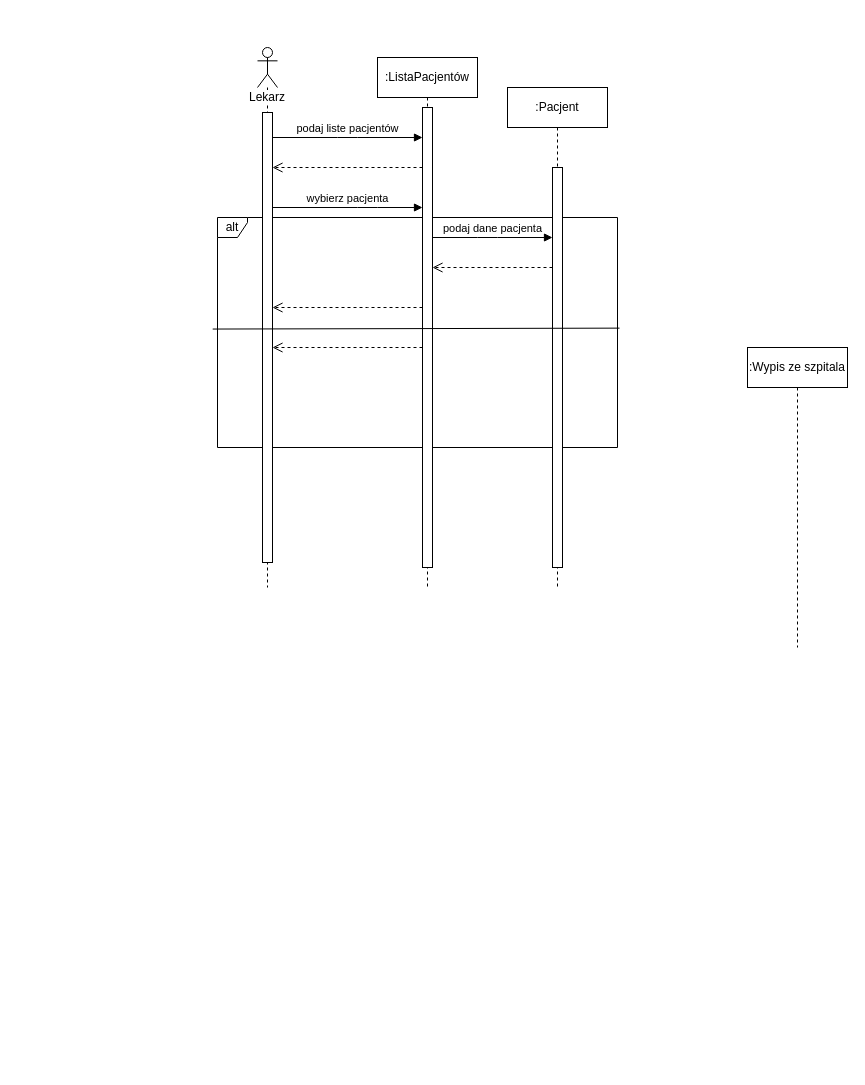
Before: page "interakcji" (4 of 6) of Szpital.drawio in AleksanderStaruch/HospitalUML, a draw.io diagram. Source tidied: cells renumbered, new cells numbered last; positions are measured from the earlier drawing's top-left corner, leaving out a move shared by most shapes. Both pictures are drawn from the tidied source at 100%, with x=0, y=0 at pixel (217, 47).
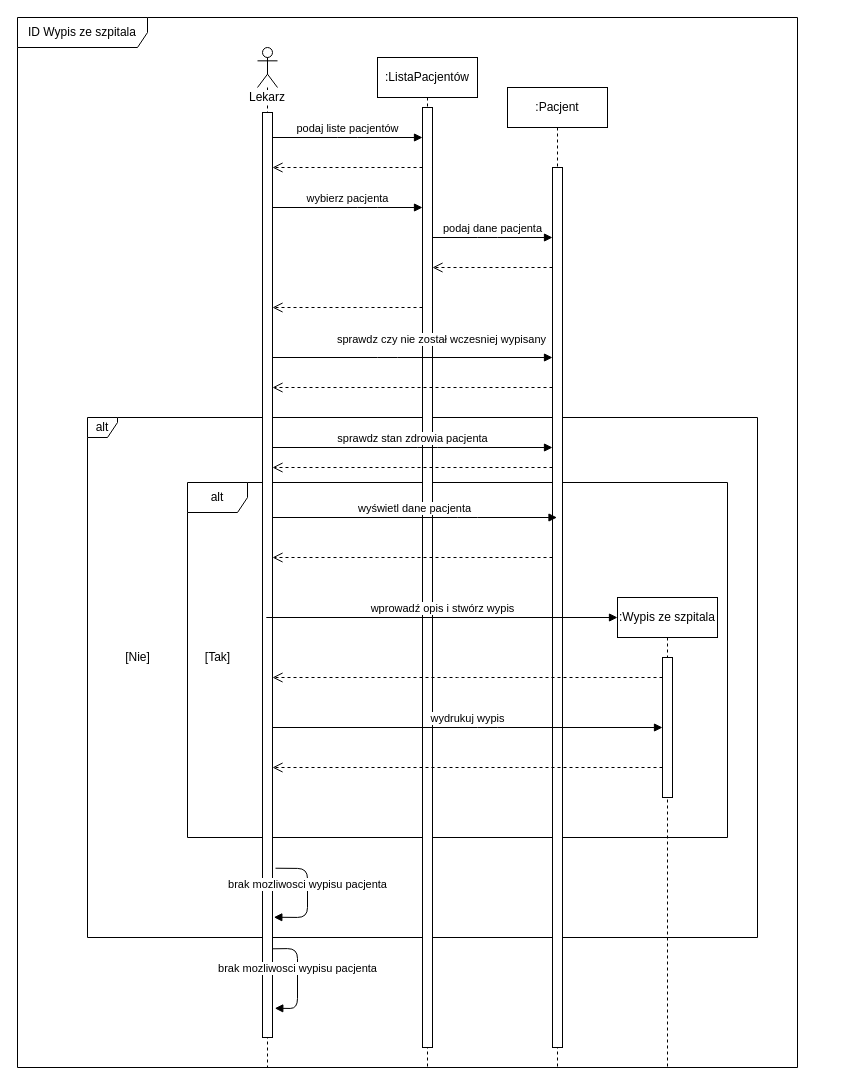
After the change.

Change to the diagram source:
```diff
@@
+    <mxCell id="19" value="ID Wypis ze szpitala" style="shape=umlFrame;whiteSpace=wrap;html=1;strokeColor=#000000;fillColor=#FFFFFF;gradientColor=none;width=130;height=30;" parent="1" vertex="1">
+      <mxGeometry x="-200" y="-30" width="780" height="1050" as="geometry" />
+    </mxCell>
     <mxCell id="2" value="alt" style="shape=umlFrame;whiteSpace=wrap;html=1;strokeColor=#000000;fillColor=#FFFFFF;width=30;height=20;swimlaneFillColor=none;gradientColor=none;" parent="1" vertex="1">
-      <mxGeometry y="170" width="400" height="230" as="geometry" />
+      <mxGeometry x="-130" y="370" width="670" height="520" as="geometry" />
     </mxCell>
+    <mxCell id="20" value="alt" style="shape=umlFrame;whiteSpace=wrap;html=1;strokeColor=#000000;fillColor=#FFFFFF;gradientColor=none;" parent="1" vertex="1">
+      <mxGeometry x="-30" y="435" width="540" height="355" as="geometry" />
+    </mxCell>
     <mxCell id="3" value="Lekarz" style="shape=umlLifeline;participant=umlActor;perimeter=lifelinePerimeter;whiteSpace=wrap;html=1;verticalAlign=top;spacingTop=36;labelBackgroundColor=#ffffff;outlineConnect=0;strokeColor=#000000;fillColor=#FFFFFF;" parent="1" vertex="1">
-      <mxGeometry x="40" width="20" height="540" as="geometry" />
+      <mxGeometry x="40" width="20" height="1020" as="geometry" />
     </mxCell>
-    <mxCell id="4" style="edgeStyle=none;rounded=0;jettySize=auto;html=1;endArrow=classicThin;endFill=1;strokeColor=#000000;" parent="3" edge="1" source="5" target="3">
-      <mxGeometry relative="1" as="geometry" />
+    <mxCell id="4" style="edgeStyle=none;rounded=0;orthogonalLoop=1;jettySize=auto;html=1;endArrow=classicThin;endFill=1;strokeColor=#000000;" parent="3" edge="1">
+      <mxGeometry relative="1" as="geometry">
+        <mxPoint x="8.8" y="502.5" as="sourcePoint" />
+        <mxPoint x="8.8" y="502.5" as="targetPoint" />
+      </mxGeometry>
     </mxCell>
     <mxCell id="5" style="html=1;points=[];perimeter=orthogonalPerimeter;strokeColor=#000000;fillColor=#FFFFFF;" parent="3" vertex="1">
-      <mxGeometry x="5" y="65" width="10" height="450" as="geometry" />
+      <mxGeometry x="5" y="65" width="10" height="925" as="geometry" />
     </mxCell>
+    <mxCell id="21" value="brak mozliwosci wypisu pacjenta" style="html=1;verticalAlign=bottom;endArrow=block;strokeColor=#000000;entryX=1.229;entryY=0.97;entryDx=0;entryDy=0;entryPerimeter=0;exitX=0.994;exitY=0.909;exitDx=0;exitDy=0;exitPerimeter=0;" parent="3" edge="1">
+      <mxGeometry relative="1" as="geometry">
+        <mxPoint x="14.9" y="901.3" as="sourcePoint" />
+        <mxPoint x="17.3" y="960.8" as="targetPoint" />
+        <Array as="points">
+          <mxPoint x="40" y="901" />
+          <mxPoint x="40" y="961" />
+        </Array>
+      </mxGeometry>
+    </mxCell>
+    <mxCell id="22" value="brak mozliwosci wypisu pacjenta" style="html=1;verticalAlign=bottom;endArrow=block;strokeColor=#000000;entryX=1.133;entryY=0.87;entryDx=0;entryDy=0;entryPerimeter=0;exitX=1.3;exitY=0.817;exitDx=0;exitDy=0;exitPerimeter=0;" parent="3" edge="1" source="5" target="5">
+      <mxGeometry relative="1" as="geometry">
+        <Array as="points">
+          <mxPoint x="50" y="821" />
+          <mxPoint x="50" y="870" />
+        </Array>
+      </mxGeometry>
+    </mxCell>
     <mxCell id="6" value=":ListaPacjentów&lt;br&gt;" style="shape=umlLifeline;perimeter=lifelinePerimeter;whiteSpace=wrap;html=1;strokeColor=#000000;fillColor=#FFFFFF;" parent="1" vertex="1">
-      <mxGeometry x="160" y="10" width="100" height="530" as="geometry" />
+      <mxGeometry x="160" y="10" width="100" height="1010" as="geometry" />
     </mxCell>
     <mxCell id="7" style="html=1;points=[];perimeter=orthogonalPerimeter;strokeColor=#000000;fillColor=#FFFFFF;" parent="6" vertex="1">
-      <mxGeometry x="45" y="50" width="10" height="460" as="geometry" />
+      <mxGeometry x="45" y="50" width="10" height="940" as="geometry" />
     </mxCell>
     <mxCell id="8" value=":Pacjent" style="shape=umlLifeline;perimeter=lifelinePerimeter;whiteSpace=wrap;html=1;strokeColor=#000000;fillColor=#FFFFFF;" parent="1" vertex="1">
-      <mxGeometry x="290" y="40" width="100" height="500" as="geometry" />
+      <mxGeometry x="290" y="40" width="100" height="980" as="geometry" />
     </mxCell>
     <mxCell id="9" style="html=1;points=[];perimeter=orthogonalPerimeter;strokeColor=#000000;fillColor=#FFFFFF;" parent="8" vertex="1">
-      <mxGeometry x="45" y="80" width="10" height="400" as="geometry" />
+      <mxGeometry x="45" y="80" width="10" height="880" as="geometry" />
     </mxCell>
     <mxCell id="10" value=":Wypis ze szpitala" style="shape=umlLifeline;perimeter=lifelinePerimeter;whiteSpace=wrap;html=1;strokeColor=#000000;fillColor=#FFFFFF;" parent="1" vertex="1">
-      <mxGeometry x="530" y="300" width="100" height="300" as="geometry" />
+      <mxGeometry x="400" y="550" width="100" height="470" as="geometry" />
     </mxCell>
+    <mxCell id="23" style="html=1;points=[];perimeter=orthogonalPerimeter;strokeColor=#000000;fillColor=#FFFFFF;gradientColor=none;" parent="10" vertex="1">
+      <mxGeometry x="45" y="60" width="10" height="140" as="geometry" />
+    </mxCell>
@@
-    <mxCell id="17" style="endArrow=none;html=1;strokeColor=#000000;entryX=1.005;entryY=0.481;entryDx=0;entryDy=0;entryPerimeter=0;exitX=-0.012;exitY=0.485;exitDx=0;exitDy=0;exitPerimeter=0;" parent="1" edge="1" source="2" target="2">
-      <mxGeometry relative="1" as="geometry" />
-    </mxCell>
-    <mxCell id="18" style="html=1;verticalAlign=bottom;endArrow=open;dashed=1;endSize=8;strokeColor=#000000;" parent="1" edge="1" source="7" target="5">
-      <mxGeometry relative="1" as="geometry">
-        <Array as="points">
-          <mxPoint x="150" y="300" />
-        </Array>
-      </mxGeometry>
-    </mxCell>
+    <mxCell id="24" value="[Nie]" style="text;html=1;align=center;verticalAlign=middle;" parent="1" vertex="1">
+      <mxGeometry x="-100" y="600" width="40" height="20" as="geometry" />
+    </mxCell>
+    <mxCell id="25" value="sprawdz stan zdrowia pacjenta" style="html=1;verticalAlign=bottom;endArrow=block;strokeColor=#000000;" parent="1" edge="1">
+      <mxGeometry relative="1" as="geometry">
+        <mxPoint x="55" y="400" as="sourcePoint" />
+        <mxPoint x="335" y="400" as="targetPoint" />
+        <Array as="points">
+          <mxPoint x="210" y="400" />
+        </Array>
+      </mxGeometry>
+    </mxCell>
+    <mxCell id="26" value="wyświetl dane pacjenta" style="html=1;verticalAlign=bottom;endArrow=block;strokeColor=#000000;" parent="1" edge="1">
+      <mxGeometry relative="1" as="geometry">
+        <mxPoint x="55" y="470" as="sourcePoint" />
+        <mxPoint x="339.5" y="470" as="targetPoint" />
+        <Array as="points">
+          <mxPoint x="250" y="470" />
+        </Array>
+      </mxGeometry>
+    </mxCell>
+    <mxCell id="27" style="html=1;verticalAlign=bottom;endArrow=open;dashed=1;endSize=8;strokeColor=#000000;" parent="1" edge="1">
+      <mxGeometry relative="1" as="geometry">
+        <mxPoint x="335" y="420" as="sourcePoint" />
+        <mxPoint x="55" y="420" as="targetPoint" />
+        <Array as="points">
+          <mxPoint x="200" y="420" />
+        </Array>
+      </mxGeometry>
+    </mxCell>
+    <mxCell id="28" style="html=1;verticalAlign=bottom;endArrow=open;dashed=1;endSize=8;strokeColor=#000000;" parent="1" edge="1">
+      <mxGeometry relative="1" as="geometry">
+        <mxPoint x="335" y="510" as="sourcePoint" />
+        <mxPoint x="55" y="510" as="targetPoint" />
+        <Array as="points">
+          <mxPoint x="170" y="510" />
+        </Array>
+      </mxGeometry>
+    </mxCell>
+    <mxCell id="29" value="sprawdz czy nie został wczesniej wypisany" style="html=1;verticalAlign=bottom;endArrow=block;strokeColor=#000000;" parent="1" edge="1" source="5" target="9">
+      <mxGeometry x="0.21" y="9" relative="1" as="geometry">
+        <Array as="points">
+          <mxPoint x="170" y="310" />
+        </Array>
+      </mxGeometry>
+    </mxCell>
+    <mxCell id="30" style="html=1;verticalAlign=bottom;endArrow=open;dashed=1;endSize=8;strokeColor=#000000;" parent="1" edge="1" source="9" target="5">
+      <mxGeometry relative="1" as="geometry">
+        <Array as="points">
+          <mxPoint x="240" y="340" />
+        </Array>
+      </mxGeometry>
+    </mxCell>
+    <mxCell id="31" value="[Tak]" style="text;html=1;align=center;verticalAlign=middle;" parent="1" vertex="1">
+      <mxGeometry x="-20" y="600" width="40" height="20" as="geometry" />
+    </mxCell>
+    <mxCell id="32" value="wydrukuj wypis" style="html=1;verticalAlign=bottom;endArrow=block;strokeColor=#000000;" parent="1" edge="1" target="23">
+      <mxGeometry relative="1" as="geometry">
+        <mxPoint x="55" y="680" as="sourcePoint" />
+        <Array as="points">
+          <mxPoint x="270" y="680" />
+        </Array>
+      </mxGeometry>
+    </mxCell>
+    <mxCell id="33" style="html=1;verticalAlign=bottom;endArrow=open;dashed=1;endSize=8;strokeColor=#000000;" parent="1" edge="1" source="23">
+      <mxGeometry x="-0.43" y="-16" relative="1" as="geometry">
+        <mxPoint x="55" y="630" as="targetPoint" />
+        <Array as="points">
+          <mxPoint x="250" y="630" />
+        </Array>
+      </mxGeometry>
+    </mxCell>
+    <mxCell id="34" value="wprowadź opis i stwórz wypis" style="html=1;verticalAlign=bottom;endArrow=block;strokeColor=#000000;" parent="1" edge="1">
+      <mxGeometry relative="1" as="geometry">
+        <mxPoint x="48.8" y="570" as="sourcePoint" />
+        <mxPoint x="400" y="570" as="targetPoint" />
+      </mxGeometry>
+    </mxCell>
+    <mxCell id="35" style="html=1;verticalAlign=bottom;endArrow=open;dashed=1;endSize=8;strokeColor=#000000;" parent="1" edge="1" source="23">
+      <mxGeometry x="-0.43" y="-16" relative="1" as="geometry">
+        <mxPoint x="55" y="720" as="targetPoint" />
+        <Array as="points">
+          <mxPoint x="310" y="720" />
+        </Array>
+      </mxGeometry>
+    </mxCell>
```
